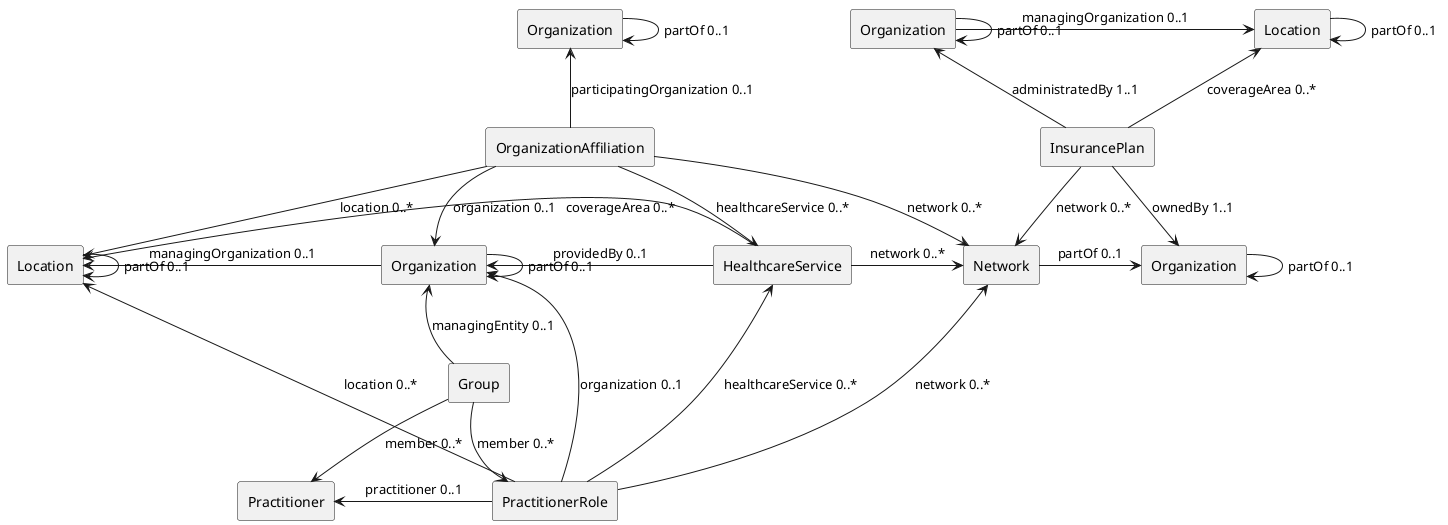
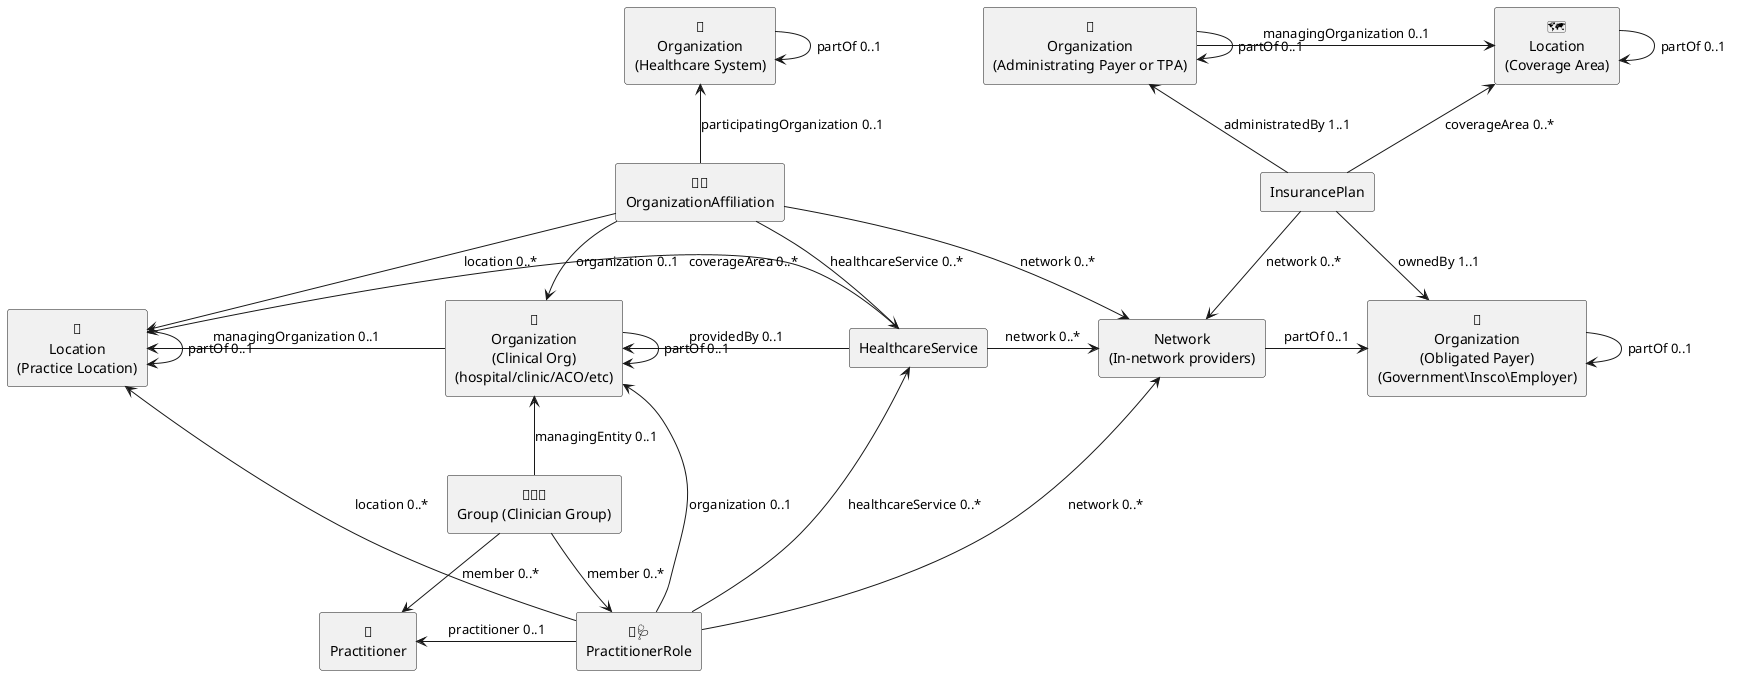
@startuml

- agent OrganizationAffiliation as orgAff
- agent Organization as orgIns1
- agent Organization as orgIns2
- agent Organization as orgOrgAff
- agent Organization as orgOrgPrac
- agent Location as locIns
- agent Location as locOrgPrac
- agent Network as network
+ skinparam defaultTextAlignment center
+ 
+ agent "🏢🏢\nOrganizationAffiliation" as orgAff
+ agent "🏢\nOrganization\n(Administrating Payer or TPA)" as orgIns2
+ agent "🏢\nOrganization\n(Obligated Payer)\n(Government\Insco\Employer)" as orgIns1
+ agent "🏢\nOrganization\n(Healthcare System)" as orgOrgAff
+ agent "🏥\nOrganization\n(Clinical Org)\n(hospital/clinic/ACO/etc)" as orgOrgPrac
+ agent "🗺️\nLocation\n(Coverage Area)" as locIns
+ agent "📍\nLocation\n(Practice Location)" as locOrgPrac
+ agent "Network\n(In-network providers)" as network
agent HealthcareService as service
agent InsurancePlan as insurance
- agent PractitionerRole as pracRole
- agent Practitioner as practitioner
- agent Group as group
+ agent "👤🩺\nPractitionerRole" as pracRole
+ agent "👤\nPractitioner" as practitioner
+ agent "🧑‍🤝‍🧑\nGroup (Clinician Group)" as group

pracRole -up-> network: "network 0..*"
pracRole -up-> orgOrgPrac: "organization 0..1"
pracRole -up-> service: "healthcareService 0..*"
group -up-> orgOrgPrac: "managingEntity 0..1"
group -down-> practitioner: "member 0..*"
group -down-> pracRole: "member 0..*"
service -left->orgOrgPrac: "providedBy 0..1"
service -left->locOrgPrac: "coverageArea 0..*"
service -right->network: "network 0..*"
pracRole -up-> locOrgPrac: "location 0..*"
orgAff -down-> network: "network 0..*"
orgAff -down-> orgOrgPrac: "organization 0..1"
orgAff -down-> service: "healthcareService 0..*"
orgAff -down-> locOrgPrac: "location 0..*"


orgAff -up-> orgOrgAff: "participatingOrganization 0..1"
insurance -down-> network: "network 0..*"
insurance -up-> locIns: "coverageArea 0..*"
orgOrgPrac -left-> locOrgPrac: "managingOrganization 0..1"
insurance -up-> orgIns2: "administratedBy 1..1"
insurance -down-> orgIns1: "ownedBy 1..1"
network -right-> orgIns1: "partOf 0..1"

pracRole -left-> practitioner: "practitioner 0..1"

locOrgPrac -right-> locOrgPrac : "partOf 0..1"
locIns -right-> locIns : "partOf 0..1"
orgOrgPrac -right-> orgOrgPrac : "partOf 0..1"
orgIns1 -right-> orgIns1 : "partOf 0..1"
orgIns2 -right-> orgIns2 : "partOf 0..1"
orgIns2 -right-> locIns: "managingOrganization 0..1"
orgOrgAff -right-> orgOrgAff : "partOf 0..1"

- 
- 
- 
- 
- 
- 
- 
@enduml